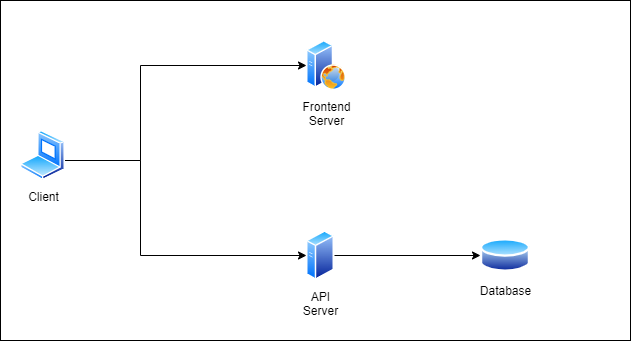
The draw.io diagram architecture.png in divyanshyadav/chat-app, before a commit. Source tidied: cells renumbered, new cells last; positions are measured from the earlier drawing's top-left corner, leaving out a move shared by most shapes.
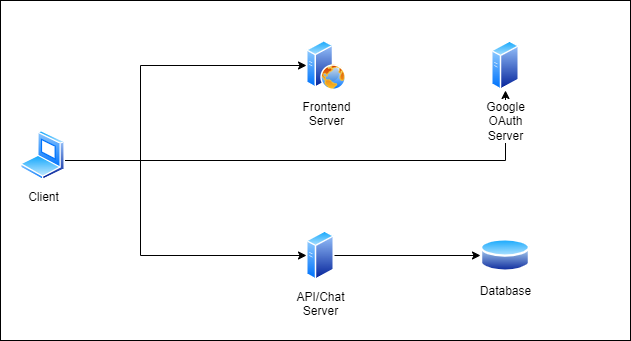
Above is the later version.

The edit, as a diff of the source:
```diff
@@ -21,6 +21,11 @@
         </Array>
       </mxGeometry>
     </mxCell>
+    <mxCell id="10" style="edgeStyle=orthogonalEdgeStyle;rounded=0;jettySize=auto;html=1;" parent="1" edge="1" target="11">
+      <mxGeometry relative="1" as="geometry">
+        <mxPoint x="65" y="160" as="sourcePoint" />
+      </mxGeometry>
+    </mxCell>
     <mxCell id="5" value="Client" style="perimeter=ellipsePerimeter;html=1;align=center;shadow=0;dashed=0;spacingTop=3;image;image=img/lib/active_directory/laptop_client.svg;" parent="1" vertex="1">
       <mxGeometry x="20" y="130" width="45" height="50" as="geometry" />
     </mxCell>
@@ -30,11 +35,14 @@
     <mxCell id="7" style="edgeStyle=orthogonalEdgeStyle;rounded=0;jettySize=auto;html=1;" parent="1" edge="1" source="8" target="9">
       <mxGeometry relative="1" as="geometry" />
     </mxCell>
-    <mxCell id="8" value="API&lt;br&gt;Server" style="perimeter=ellipsePerimeter;html=1;align=center;shadow=0;dashed=0;spacingTop=3;image;image=img/lib/active_directory/generic_server.svg;" parent="1" vertex="1">
+    <mxCell id="8" value="API/Chat&lt;br&gt;Server" style="perimeter=ellipsePerimeter;html=1;align=center;shadow=0;dashed=0;spacingTop=3;image;image=img/lib/active_directory/generic_server.svg;" parent="1" vertex="1">
       <mxGeometry x="306" y="230" width="28" height="50" as="geometry" />
     </mxCell>
     <mxCell id="9" value="Database" style="perimeter=ellipsePerimeter;html=1;align=center;shadow=0;dashed=0;spacingTop=3;image;image=img/lib/active_directory/database.svg;" parent="1" vertex="1">
       <mxGeometry x="480" y="236.5" width="50" height="37" as="geometry" />
     </mxCell>
+    <mxCell id="11" value="Google&lt;br&gt;OAuth&lt;br&gt;Server" style="perimeter=ellipsePerimeter;html=1;align=center;shadow=0;dashed=0;spacingTop=3;image;image=img/lib/active_directory/generic_server.svg;" parent="1" vertex="1">
+      <mxGeometry x="491" y="40" width="28" height="50" as="geometry" />
+    </mxCell>
   </root>
 </mxGraphModel>
```
